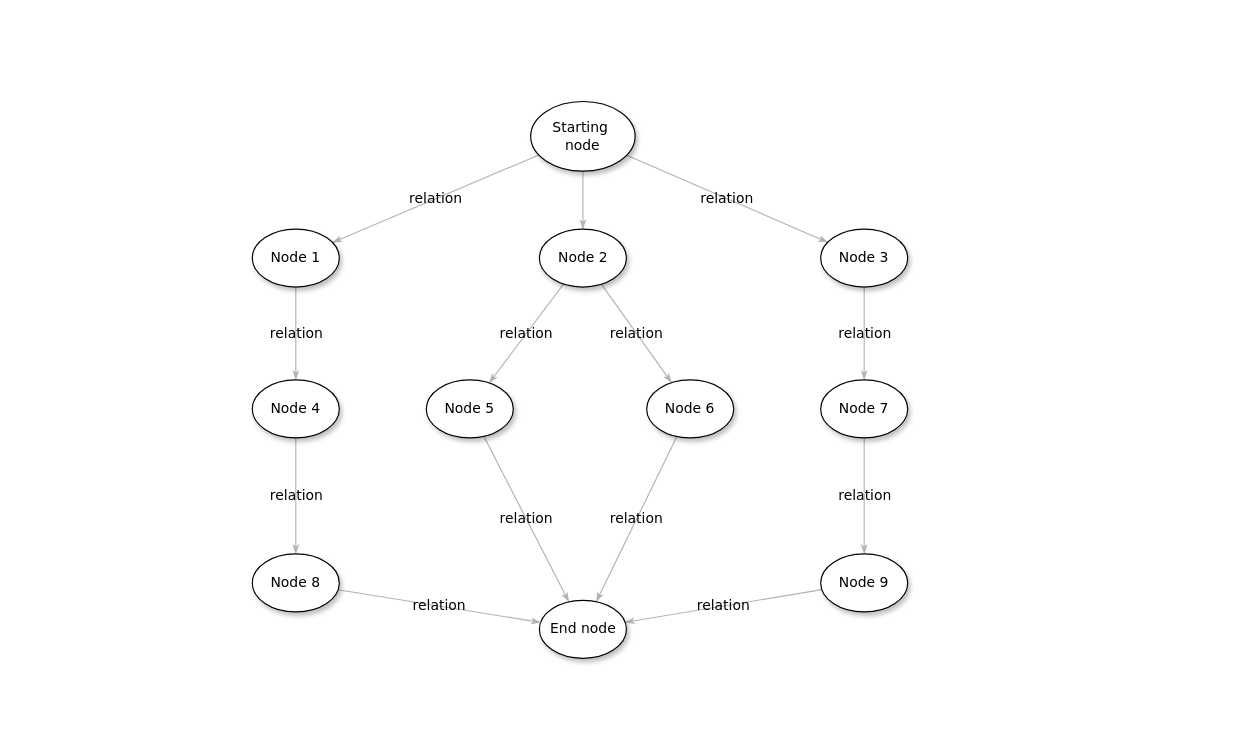
Earlier version of the draw.io diagram 待办.drawio (pikefeier/diagrams). Source tidied: cells renumbered, new cells numbered last; positions are measured from the earlier drawing's top-left corner, leaving out a move shared by most shapes. Both pictures are drawn from the tidied source at 116%, with x=0, y=0 at pixel (252, 101).
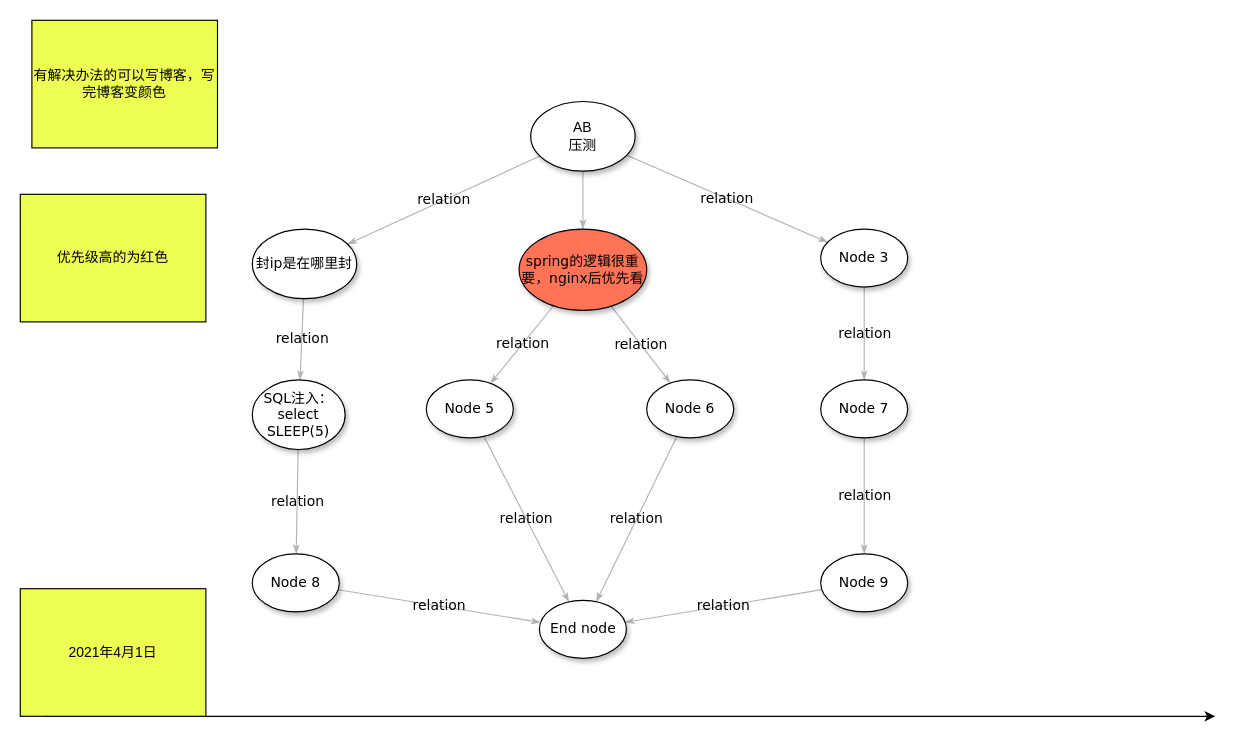
Above is the later version.

The edit, as a diff of the source:
```diff
@@
-    <mxCell id="5" value="Starting&amp;nbsp;&lt;div&gt;node&lt;/div&gt;" style="ellipse;whiteSpace=wrap;html=1;rounded=0;shadow=1;comic=0;labelBackgroundColor=none;strokeWidth=1;fontFamily=Verdana;fontSize=12;align=center;" parent="1" vertex="1">
+    <mxCell id="5" value="&lt;span style=&quot;font-family: &amp;#34;helvetica&amp;#34;&quot;&gt;AB&lt;/span&gt;&lt;br style=&quot;font-family: &amp;#34;helvetica&amp;#34;&quot;&gt;&lt;span style=&quot;font-family: &amp;#34;helvetica&amp;#34;&quot;&gt;压测&lt;/span&gt;" style="ellipse;whiteSpace=wrap;html=1;rounded=0;shadow=1;comic=0;labelBackgroundColor=none;strokeWidth=1;fontFamily=Verdana;fontSize=12;align=center;" parent="1" vertex="1">
       <mxGeometry x="240" width="90" height="60" as="geometry" />
     </mxCell>
@@
-    <mxCell id="8" value="&lt;span&gt;Node 2&lt;/span&gt;" style="ellipse;whiteSpace=wrap;html=1;rounded=0;shadow=1;comic=0;labelBackgroundColor=none;strokeWidth=1;fontFamily=Verdana;fontSize=12;align=center;" parent="1" vertex="1">
-      <mxGeometry x="247.5" y="110" width="75" height="50" as="geometry" />
+    <mxCell id="8" value="spring的逻辑很重要，nginx后优先看" style="ellipse;whiteSpace=wrap;html=1;rounded=0;shadow=1;comic=0;labelBackgroundColor=none;strokeWidth=1;fontFamily=Verdana;fontSize=12;align=center;fillColor=#FF7357;" parent="1" vertex="1">
+      <mxGeometry x="230" y="110" width="110" height="70" as="geometry" />
     </mxCell>
@@
-    <mxCell id="21" value="Node 1" style="ellipse;whiteSpace=wrap;html=1;rounded=0;shadow=1;comic=0;labelBackgroundColor=none;strokeWidth=1;fontFamily=Verdana;fontSize=12;align=center;" parent="1" vertex="1">
-      <mxGeometry y="110" width="75" height="50" as="geometry" />
+    <mxCell id="21" value="封ip是在哪里封" style="ellipse;whiteSpace=wrap;html=1;rounded=0;shadow=1;comic=0;labelBackgroundColor=none;strokeWidth=1;fontFamily=Verdana;fontSize=12;align=center;" parent="1" vertex="1">
+      <mxGeometry y="110" width="90" height="60" as="geometry" />
     </mxCell>
@@
-    <mxCell id="23" value="&lt;span&gt;Node 4&lt;/span&gt;" style="ellipse;whiteSpace=wrap;html=1;rounded=0;shadow=1;comic=0;labelBackgroundColor=none;strokeWidth=1;fontFamily=Verdana;fontSize=12;align=center;" parent="1" vertex="1">
-      <mxGeometry y="240" width="75" height="50" as="geometry" />
+    <mxCell id="23" value="SQL注入：select SLEEP(5)" style="ellipse;whiteSpace=wrap;html=1;rounded=0;shadow=1;comic=0;labelBackgroundColor=none;strokeWidth=1;fontFamily=Verdana;fontSize=12;align=center;" parent="1" vertex="1">
+      <mxGeometry y="240" width="80" height="60" as="geometry" />
     </mxCell>
@@
+    <mxCell id="26" value="有解决办法的可以写博客，写完博客变颜色" style="rounded=0;whiteSpace=wrap;html=1;fillColor=#EEFF54;" parent="1" vertex="1">
+      <mxGeometry x="-190" y="-70" width="160" height="110" as="geometry" />
+    </mxCell>
+    <mxCell id="27" value="优先级高的为红色" style="rounded=0;whiteSpace=wrap;html=1;fillColor=#EEFF54;" parent="1" vertex="1">
+      <mxGeometry x="-200" y="80" width="160" height="110" as="geometry" />
+    </mxCell>
+    <mxCell id="28" style="endArrow=classic;html=1;" parent="1" edge="1">
+      <mxGeometry relative="1" as="geometry">
+        <mxPoint x="-180" y="530" as="sourcePoint" />
+        <mxPoint x="830" y="530" as="targetPoint" />
+      </mxGeometry>
+    </mxCell>
+    <mxCell id="29" value="2021年4月1日" style="rounded=0;whiteSpace=wrap;html=1;fillColor=#EEFF54;" parent="1" vertex="1">
+      <mxGeometry x="-200" y="420" width="160" height="110" as="geometry" />
+    </mxCell>
```
